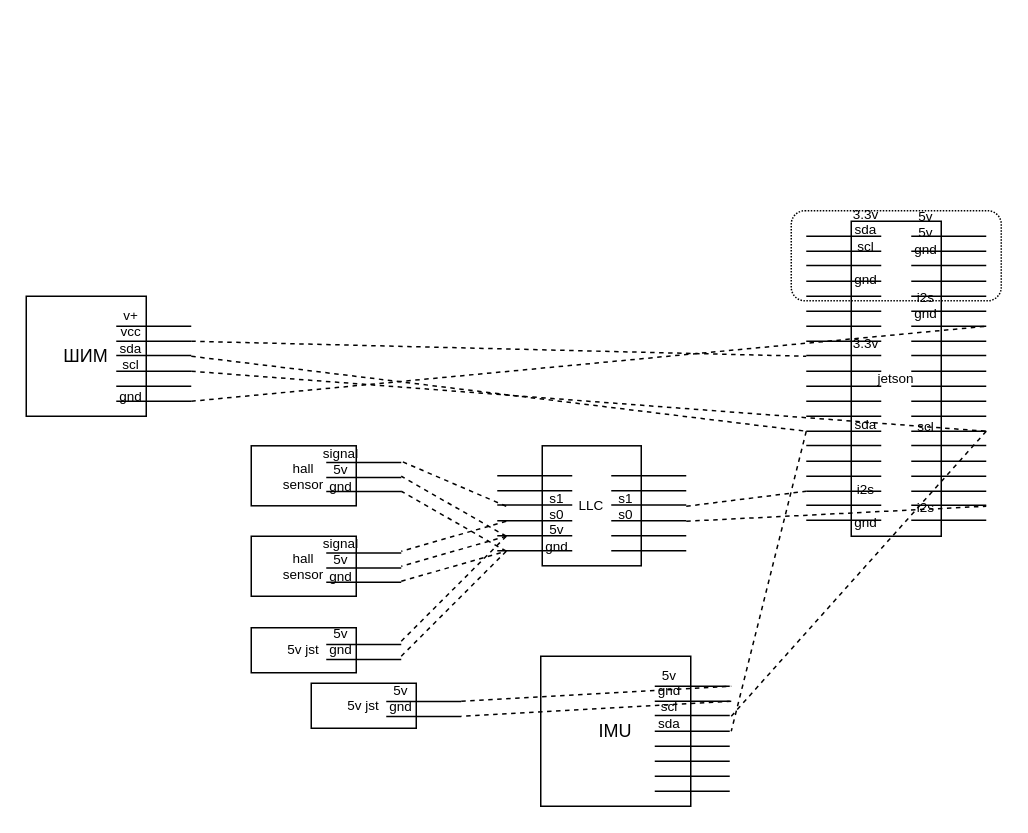
Before: images/ballsbot t208.drawio in jumpercc/ballsbot, a draw.io diagram. Source tidied: cells renumbered, new cells numbered last; positions are measured from the earlier drawing's top-left corner, leaving out a move shared by most shapes. Both pictures are drawn from the tidied source at 150%, with x=0, y=0 at pixel (26, 210).
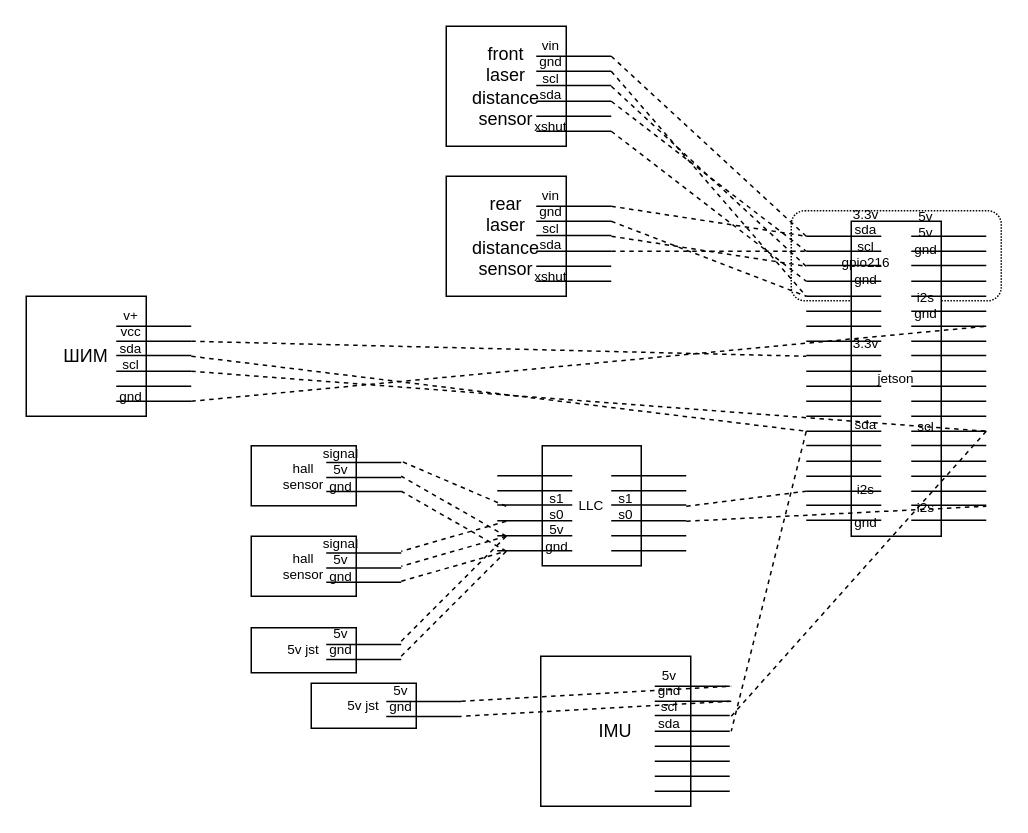
The same diagram, later.

Change to the diagram source:
```diff
@@
+    <mxCell id="110" style="rounded=1;whiteSpace=wrap;html=1;fontSize=9;fillColor=none;dashed=1;dashPattern=1 1;" parent="1" vertex="1">
+      <mxGeometry x="510" width="140" height="60" as="geometry" />
+    </mxCell>
@@
-    <mxCell id="25" value="3.3v&lt;br style=&quot;font-size: 9px&quot;&gt;sda&lt;br style=&quot;font-size: 9px&quot;&gt;scl&lt;br style=&quot;font-size: 9px&quot;&gt;&lt;br style=&quot;font-size: 9px&quot;&gt;gnd&lt;br&gt;&lt;br&gt;&lt;br&gt;&lt;br&gt;3.3v&lt;br&gt;&lt;br&gt;&lt;br&gt;&lt;br&gt;&lt;br&gt;sda&lt;br&gt;&lt;br&gt;&lt;br&gt;&lt;br&gt;i2s&lt;br&gt;&lt;br&gt;gnd" style="text;html=1;strokeColor=none;fillColor=none;align=center;verticalAlign=middle;whiteSpace=wrap;rounded=0;fontSize=9;" parent="1" vertex="1">
+    <mxCell id="25" value="3.3v&lt;br style=&quot;font-size: 9px&quot;&gt;sda&lt;br style=&quot;font-size: 9px&quot;&gt;scl&lt;br style=&quot;font-size: 9px&quot;&gt;gpio216&lt;br style=&quot;font-size: 9px&quot;&gt;gnd&lt;br&gt;&lt;br&gt;&lt;br&gt;&lt;br&gt;3.3v&lt;br&gt;&lt;br&gt;&lt;br&gt;&lt;br&gt;&lt;br&gt;sda&lt;br&gt;&lt;br&gt;&lt;br&gt;&lt;br&gt;i2s&lt;br&gt;&lt;br&gt;gnd" style="text;html=1;strokeColor=none;fillColor=none;align=center;verticalAlign=middle;whiteSpace=wrap;rounded=0;fontSize=9;" parent="1" vertex="1">
       <mxGeometry x="540" y="95" width="40" height="20" as="geometry" />
     </mxCell>
@@
-    <mxCell id="110" style="rounded=1;whiteSpace=wrap;html=1;fontSize=9;fillColor=none;dashed=1;dashPattern=1 1;" parent="1" vertex="1">
-      <mxGeometry x="510" width="140" height="60" as="geometry" />
-    </mxCell>
@@
+    <mxCell id="115" value="front&lt;br&gt;laser&lt;br&gt;distance sensor" style="whiteSpace=wrap;html=1;" parent="1" vertex="1">
+      <mxGeometry x="280" y="-123" width="80" height="80" as="geometry" />
+    </mxCell>
+    <mxCell id="116" style="endArrow=none;html=1;" parent="1" edge="1">
+      <mxGeometry relative="1" as="geometry">
+        <mxPoint x="340" y="-103" as="sourcePoint" />
+        <mxPoint x="390" y="-103" as="targetPoint" />
+      </mxGeometry>
+    </mxCell>
+    <mxCell id="117" style="endArrow=none;html=1;" parent="1" edge="1">
+      <mxGeometry relative="1" as="geometry">
+        <mxPoint x="340" y="-93" as="sourcePoint" />
+        <mxPoint x="390" y="-93" as="targetPoint" />
+        <Array as="points">
+          <mxPoint x="360" y="-93" />
+        </Array>
+      </mxGeometry>
+    </mxCell>
+    <mxCell id="118" style="endArrow=none;html=1;" parent="1" edge="1">
+      <mxGeometry relative="1" as="geometry">
+        <mxPoint x="340" y="-83.5" as="sourcePoint" />
+        <mxPoint x="390" y="-83.5" as="targetPoint" />
+      </mxGeometry>
+    </mxCell>
+    <mxCell id="119" style="endArrow=none;html=1;" parent="1" edge="1">
+      <mxGeometry relative="1" as="geometry">
+        <mxPoint x="340" y="-73" as="sourcePoint" />
+        <mxPoint x="390" y="-73" as="targetPoint" />
+      </mxGeometry>
+    </mxCell>
+    <mxCell id="120" style="endArrow=none;html=1;" parent="1" edge="1">
+      <mxGeometry relative="1" as="geometry">
+        <mxPoint x="340" y="-63" as="sourcePoint" />
+        <mxPoint x="390" y="-63" as="targetPoint" />
+      </mxGeometry>
+    </mxCell>
+    <mxCell id="121" style="endArrow=none;html=1;" parent="1" edge="1">
+      <mxGeometry relative="1" as="geometry">
+        <mxPoint x="340" y="-53" as="sourcePoint" />
+        <mxPoint x="390" y="-53" as="targetPoint" />
+      </mxGeometry>
+    </mxCell>
+    <mxCell id="122" value="vin&lt;br style=&quot;font-size: 9px&quot;&gt;gnd&lt;br style=&quot;font-size: 9px&quot;&gt;scl&lt;br style=&quot;font-size: 9px&quot;&gt;sda&lt;br style=&quot;font-size: 9px&quot;&gt;&lt;br style=&quot;font-size: 9px&quot;&gt;xshut" style="text;html=1;strokeColor=none;fillColor=none;align=center;verticalAlign=middle;whiteSpace=wrap;rounded=0;fontSize=9;" parent="1" vertex="1">
+      <mxGeometry x="330" y="-93" width="40" height="20" as="geometry" />
+    </mxCell>
+    <mxCell id="123" value="rear&lt;br&gt;laser&lt;br&gt;distance sensor" style="whiteSpace=wrap;html=1;" parent="1" vertex="1">
+      <mxGeometry x="280" y="-23" width="80" height="80" as="geometry" />
+    </mxCell>
+    <mxCell id="124" style="endArrow=none;html=1;" parent="1" edge="1">
+      <mxGeometry relative="1" as="geometry">
+        <mxPoint x="340" y="-3" as="sourcePoint" />
+        <mxPoint x="390" y="-3" as="targetPoint" />
+      </mxGeometry>
+    </mxCell>
+    <mxCell id="125" style="endArrow=none;html=1;" parent="1" edge="1">
+      <mxGeometry relative="1" as="geometry">
+        <mxPoint x="340" y="7" as="sourcePoint" />
+        <mxPoint x="390" y="7" as="targetPoint" />
+        <Array as="points">
+          <mxPoint x="360" y="7" />
+        </Array>
+      </mxGeometry>
+    </mxCell>
+    <mxCell id="126" style="endArrow=none;html=1;" parent="1" edge="1">
+      <mxGeometry relative="1" as="geometry">
+        <mxPoint x="340" y="16.5" as="sourcePoint" />
+        <mxPoint x="390" y="16.5" as="targetPoint" />
+      </mxGeometry>
+    </mxCell>
+    <mxCell id="127" style="endArrow=none;html=1;" parent="1" edge="1">
+      <mxGeometry relative="1" as="geometry">
+        <mxPoint x="340" y="27" as="sourcePoint" />
+        <mxPoint x="390" y="27" as="targetPoint" />
+      </mxGeometry>
+    </mxCell>
+    <mxCell id="128" style="endArrow=none;html=1;" parent="1" edge="1">
+      <mxGeometry relative="1" as="geometry">
+        <mxPoint x="340" y="37" as="sourcePoint" />
+        <mxPoint x="390" y="37" as="targetPoint" />
+      </mxGeometry>
+    </mxCell>
+    <mxCell id="129" style="endArrow=none;html=1;" parent="1" edge="1">
+      <mxGeometry relative="1" as="geometry">
+        <mxPoint x="340" y="47" as="sourcePoint" />
+        <mxPoint x="390" y="47" as="targetPoint" />
+      </mxGeometry>
+    </mxCell>
+    <mxCell id="130" value="vin&lt;br style=&quot;font-size: 9px&quot;&gt;gnd&lt;br style=&quot;font-size: 9px&quot;&gt;scl&lt;br style=&quot;font-size: 9px&quot;&gt;sda&lt;br style=&quot;font-size: 9px&quot;&gt;&lt;br style=&quot;font-size: 9px&quot;&gt;xshut" style="text;html=1;strokeColor=none;fillColor=none;align=center;verticalAlign=middle;whiteSpace=wrap;rounded=0;fontSize=9;" parent="1" vertex="1">
+      <mxGeometry x="330" y="7" width="40" height="20" as="geometry" />
+    </mxCell>
+    <mxCell id="131" style="endArrow=none;dashed=1;html=1;strokeWidth=1;" parent="1" edge="1">
+      <mxGeometry relative="1" as="geometry">
+        <mxPoint x="390" y="-103" as="sourcePoint" />
+        <mxPoint x="520" y="17" as="targetPoint" />
+      </mxGeometry>
+    </mxCell>
+    <mxCell id="132" style="endArrow=none;dashed=1;html=1;strokeWidth=1;" parent="1" edge="1">
+      <mxGeometry relative="1" as="geometry">
+        <mxPoint x="390" y="-73" as="sourcePoint" />
+        <mxPoint x="520" y="27" as="targetPoint" />
+      </mxGeometry>
+    </mxCell>
+    <mxCell id="133" style="endArrow=none;dashed=1;html=1;strokeWidth=1;entryX=0.071;entryY=0.617;entryDx=0;entryDy=0;entryPerimeter=0;" parent="1" edge="1" target="110">
+      <mxGeometry relative="1" as="geometry">
+        <mxPoint x="390" y="-83" as="sourcePoint" />
+      </mxGeometry>
+    </mxCell>
+    <mxCell id="134" style="endArrow=none;dashed=1;html=1;strokeWidth=1;" parent="1" edge="1">
+      <mxGeometry relative="1" as="geometry">
+        <mxPoint x="390" y="-93" as="sourcePoint" />
+        <mxPoint x="520" y="57" as="targetPoint" />
+      </mxGeometry>
+    </mxCell>
+    <mxCell id="135" style="endArrow=none;dashed=1;html=1;strokeWidth=1;" parent="1" edge="1">
+      <mxGeometry relative="1" as="geometry">
+        <mxPoint x="390" y="-53" as="sourcePoint" />
+        <mxPoint x="520" y="47" as="targetPoint" />
+      </mxGeometry>
+    </mxCell>
+    <mxCell id="136" style="endArrow=none;dashed=1;html=1;strokeWidth=1;" parent="1" edge="1">
+      <mxGeometry relative="1" as="geometry">
+        <mxPoint x="390" y="-3" as="sourcePoint" />
+        <mxPoint x="520" y="17" as="targetPoint" />
+      </mxGeometry>
+    </mxCell>
+    <mxCell id="137" style="endArrow=none;dashed=1;html=1;strokeWidth=1;" parent="1" edge="1">
+      <mxGeometry relative="1" as="geometry">
+        <mxPoint x="390" y="27" as="sourcePoint" />
+        <mxPoint x="520" y="27" as="targetPoint" />
+      </mxGeometry>
+    </mxCell>
+    <mxCell id="138" style="endArrow=none;dashed=1;html=1;strokeWidth=1;" parent="1" edge="1">
+      <mxGeometry relative="1" as="geometry">
+        <mxPoint x="390" y="17" as="sourcePoint" />
+        <mxPoint x="520" y="37" as="targetPoint" />
+      </mxGeometry>
+    </mxCell>
+    <mxCell id="139" style="endArrow=none;dashed=1;html=1;strokeWidth=1;" parent="1" edge="1">
+      <mxGeometry relative="1" as="geometry">
+        <mxPoint x="390" y="7" as="sourcePoint" />
+        <mxPoint x="520" y="57" as="targetPoint" />
+      </mxGeometry>
+    </mxCell>
```
